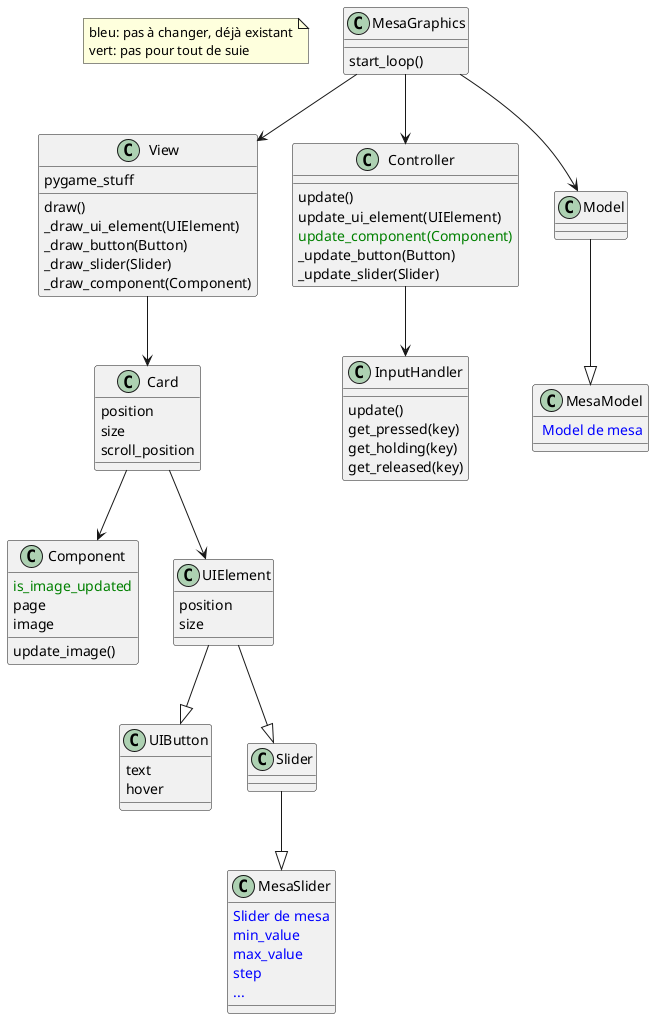
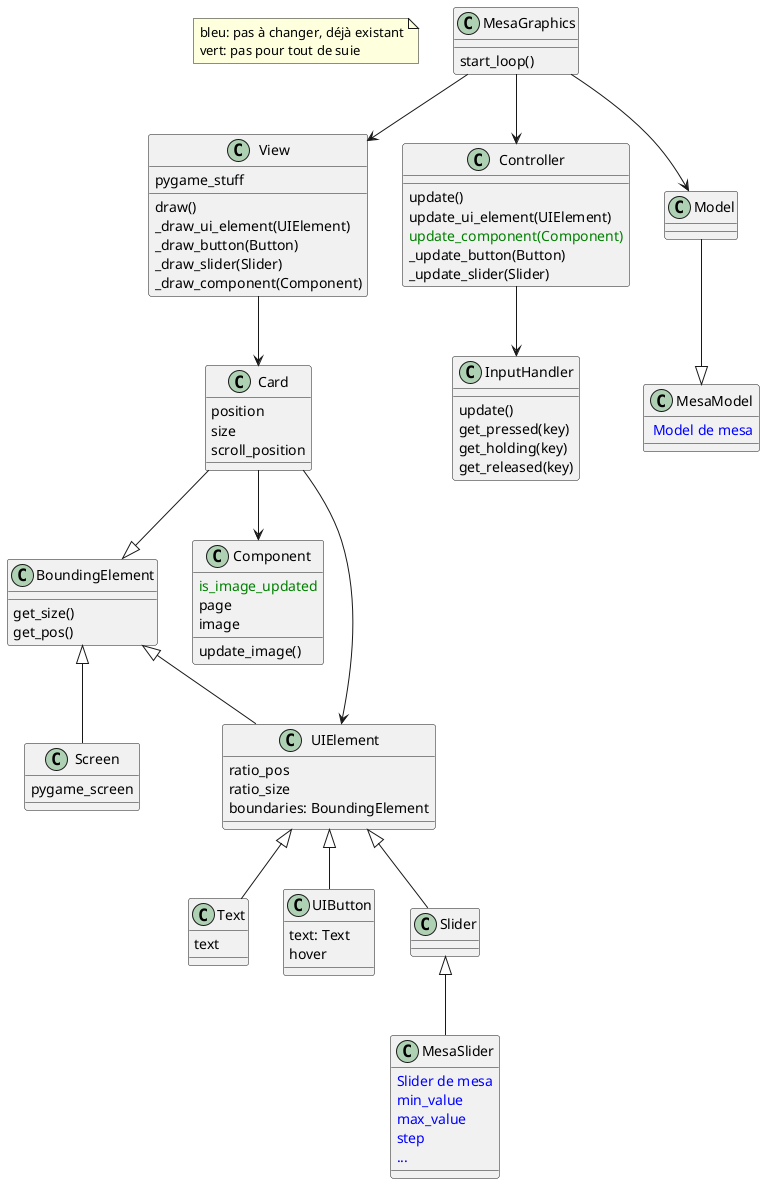
@startuml
note "bleu: pas à changer, déjà existant\nvert: pas pour tout de suie" as N1

class MesaGraphics
MesaGraphics : start_loop()

class View
View : pygame_stuff
View : draw()
View : _draw_ui_element(UIElement)
View : _draw_button(Button)
View : _draw_slider(Slider)
View : _draw_component(Component)

class Controller
Controller : update()
Controller : update_ui_element(UIElement)
Controller : <color:green>update_component(Component)
Controller : _update_button(Button)
Controller : _update_slider(Slider)


class Model

MesaGraphics --> View
MesaGraphics --> Controller
MesaGraphics --> Model

/' ########## Controller part ########## '/

class InputHandler
InputHandler : update()
InputHandler : get_pressed(key)
InputHandler : get_holding(key)
InputHandler : get_released(key)

Controller --> InputHandler

/' ########## Model part ########## '/

class MesaModel
MesaModel : <color:blue> Model de mesa

Model --|> MesaModel

/' ##########  View part ########## '/

class Card
Card : position
Card : size
Card : scroll_position
View --> Card
+ Card --|> BoundingElement

class Component
Component : <color:green>is_image_updated
Component : page
Component : image
Component : update_image()
Card --> Component

+ class BoundingElement
+ BoundingElement : get_size()
+ BoundingElement : get_pos()
+ 
+ class Screen
+ Screen : pygame_screen
+ BoundingElement <|-- Screen
+ 
class UIElement
- UIElement : position
- UIElement : size
+ UIElement : ratio_pos
+ UIElement : ratio_size
+ UIElement : boundaries: BoundingElement
Card --> UIElement
+ BoundingElement <|-- UIElement
+ 
+ class Text
+ Text : text
+ UIElement <|-- Text

class UIButton
- UIButton : text
+ UIButton : text: Text
UIButton : hover
- UIElement --|> UIButton
+ UIElement <|-- UIButton

class Slider
- UIElement --|> Slider
+ UIElement <|-- Slider

class MesaSlider
MesaSlider : <color:blue>Slider de mesa
MesaSlider : <color:blue>min_value
MesaSlider : <color:blue>max_value
MesaSlider : <color:blue>step
MesaSlider : <color:blue>...
- Slider --|> MesaSlider
+ Slider <|-- MesaSlider


@enduml